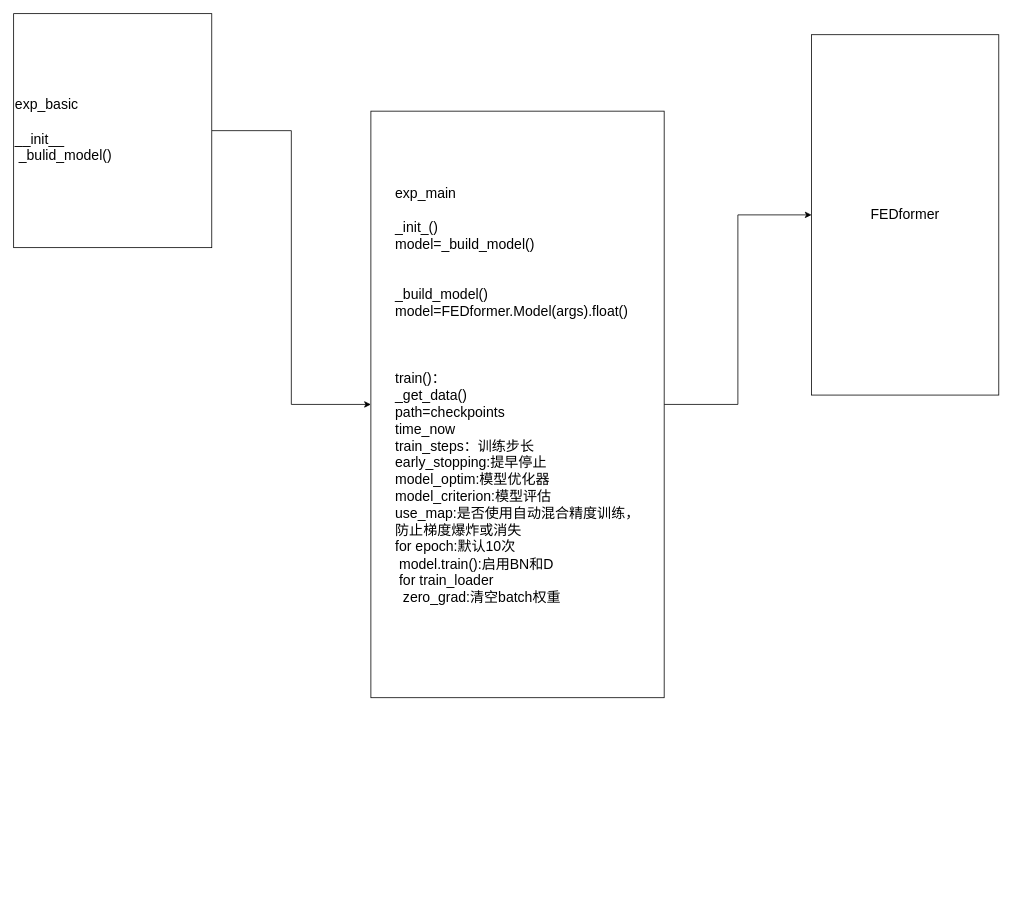
The draw.io diagram FEDformer.drawio in Lihua-neko/QASystemOnMedicalKG, before the edit. Source tidied: cells renumbered, new cells numbered last; positions are measured from the earlier drawing's top-left corner, leaving out a move shared by most shapes. Both pictures are drawn from the tidied source at 78%, with x=0, y=0 at pixel (13, 13).
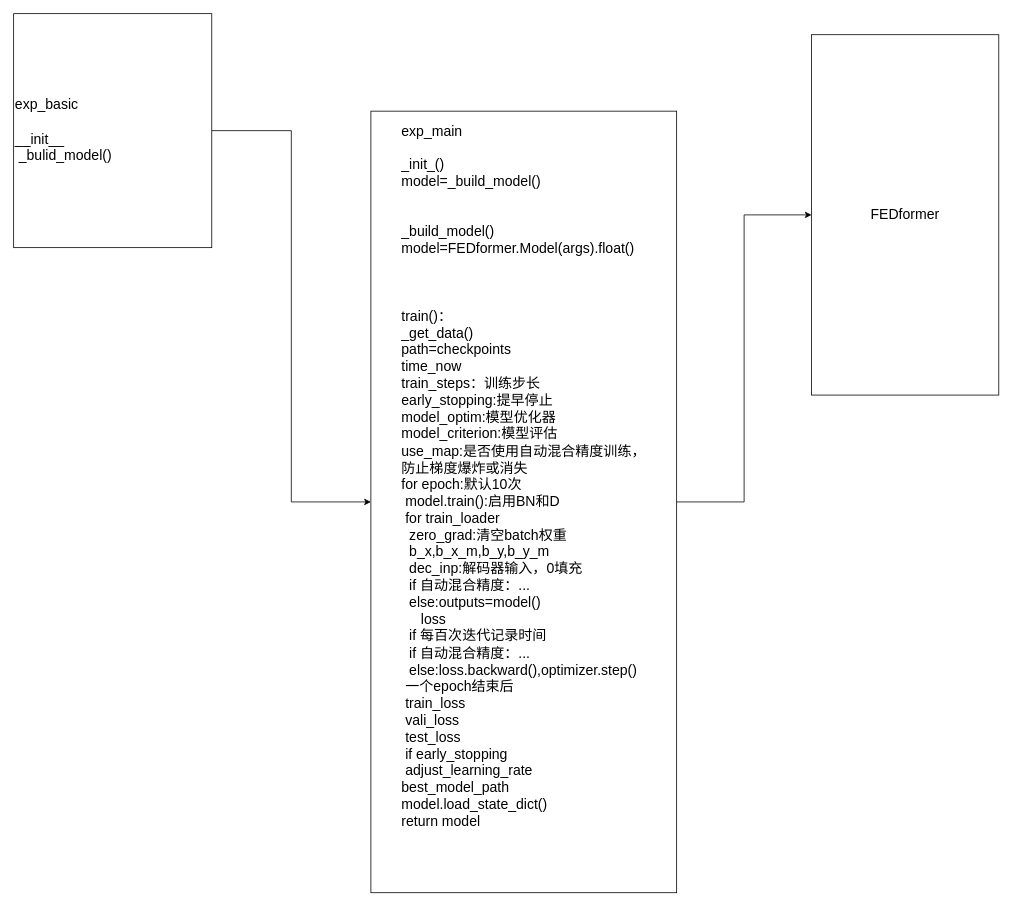
Above is the later version.

The edit, as a diff of the source:
```diff
@@
 <mxGraphModel>
   <root>
     <mxCell id="0" />
     <mxCell id="1" parent="0" />
     <mxCell id="2" style="edgeStyle=orthogonalEdgeStyle;rounded=0;jettySize=auto;html=1;fontSize=18;" parent="1" edge="1" source="3" target="6">
       <mxGeometry relative="1" as="geometry" />
     </mxCell>
-    <mxCell id="3" value="&lt;div style=&quot;text-align: left;&quot;&gt;&lt;span style=&quot;font-size: 18px; background-color: initial;&quot;&gt;exp_main&lt;/span&gt;&lt;/div&gt;&lt;div style=&quot;text-align: left;&quot;&gt;&lt;span style=&quot;font-size: 18px; background-color: initial;&quot;&gt;&lt;br&gt;&lt;/span&gt;&lt;/div&gt;&lt;div style=&quot;text-align: left;&quot;&gt;&lt;span style=&quot;font-size: 18px; background-color: initial;&quot;&gt;_init_()&lt;/span&gt;&lt;/div&gt;&lt;div style=&quot;text-align: left;&quot;&gt;&lt;span style=&quot;font-size: 18px; background-color: initial;&quot;&gt;model=_build_model()&lt;/span&gt;&lt;/div&gt;&lt;div style=&quot;text-align: left;&quot;&gt;&lt;span style=&quot;font-size: 18px; background-color: initial;&quot;&gt;&lt;br&gt;&lt;/span&gt;&lt;/div&gt;&lt;font style=&quot;font-size: 18px;&quot;&gt;&lt;div style=&quot;text-align: left;&quot;&gt;&lt;span style=&quot;background-color: initial;&quot;&gt;&lt;br&gt;&lt;/span&gt;&lt;/div&gt;&lt;div style=&quot;text-align: left;&quot;&gt;_build_model()&lt;/div&gt;&lt;div style=&quot;text-align: left;&quot;&gt;model=FEDformer.Model(args).float()&lt;/div&gt;&lt;div style=&quot;text-align: left;&quot;&gt;&lt;br&gt;&lt;/div&gt;&lt;div style=&quot;text-align: left;&quot;&gt;&lt;span style=&quot;background-color: initial;&quot;&gt;&lt;br&gt;&lt;/span&gt;&lt;/div&gt;&lt;div style=&quot;text-align: left;&quot;&gt;&lt;span style=&quot;background-color: initial;&quot;&gt;&lt;br&gt;&lt;/span&gt;&lt;/div&gt;&lt;div style=&quot;text-align: left;&quot;&gt;&lt;span style=&quot;background-color: initial;&quot;&gt;train()：&lt;/span&gt;&lt;/div&gt;&lt;div style=&quot;text-align: left;&quot;&gt;&lt;span style=&quot;background-color: initial;&quot;&gt;_get_data()&lt;/span&gt;&lt;/div&gt;&lt;div style=&quot;text-align: left;&quot;&gt;&lt;span style=&quot;background-color: initial;&quot;&gt;path=checkpoints&lt;/span&gt;&lt;/div&gt;&lt;div style=&quot;text-align: left;&quot;&gt;&lt;span style=&quot;background-color: initial;&quot;&gt;time_now&lt;/span&gt;&lt;/div&gt;&lt;div style=&quot;text-align: left;&quot;&gt;&lt;span style=&quot;background-color: initial;&quot;&gt;train_steps：训练步长&lt;/span&gt;&lt;/div&gt;&lt;div style=&quot;text-align: left;&quot;&gt;&lt;span style=&quot;background-color: initial;&quot;&gt;early_stopping:提早停止&lt;/span&gt;&lt;/div&gt;&lt;div style=&quot;text-align: left;&quot;&gt;&lt;span style=&quot;background-color: initial;&quot;&gt;model_optim:模型优化器&lt;br&gt;model_criterion:模型评估&lt;/span&gt;&lt;/div&gt;&lt;div style=&quot;text-align: left;&quot;&gt;&lt;span style=&quot;background-color: initial;&quot;&gt;use_map:是否使用自动混合精度训练，&lt;/span&gt;&lt;/div&gt;&lt;div style=&quot;text-align: left;&quot;&gt;&lt;span style=&quot;background-color: initial;&quot;&gt;防止梯度爆炸或消失&lt;/span&gt;&lt;/div&gt;&lt;div style=&quot;text-align: left;&quot;&gt;&lt;span style=&quot;background-color: initial;&quot;&gt;for epoch:默认10次&lt;/span&gt;&lt;/div&gt;&lt;div style=&quot;text-align: left;&quot;&gt;&lt;span style=&quot;background-color: initial;&quot;&gt;&lt;span style=&quot;white-space: pre;&quot;&gt; &lt;/span&gt;model.train():启用BN和D&lt;/span&gt;&lt;/div&gt;&lt;div style=&quot;text-align: left;&quot;&gt;&lt;span style=&quot;background-color: initial;&quot;&gt;&lt;span style=&quot;white-space: pre;&quot;&gt; &lt;/span&gt;for train_loader&lt;/span&gt;&lt;/div&gt;&lt;div style=&quot;text-align: left;&quot;&gt;&lt;span style=&quot;background-color: initial;&quot;&gt;&lt;span style=&quot;white-space: pre;&quot;&gt; &lt;/span&gt;&lt;span style=&quot;white-space: pre;&quot;&gt; &lt;/span&gt;zero_grad:清空batch权重&lt;br&gt;&lt;/span&gt;&lt;/div&gt;&lt;div style=&quot;text-align: left;&quot;&gt;&lt;span style=&quot;background-color: initial;&quot;&gt;&lt;br&gt;&lt;/span&gt;&lt;/div&gt;&lt;/font&gt;" style="rounded=0;whiteSpace=wrap;html=1;" parent="1" vertex="1">
-      <mxGeometry x="458" y="125" width="376" height="752" as="geometry" />
+    <mxCell id="3" value="&lt;div style=&quot;text-align: left;&quot;&gt;&lt;span style=&quot;font-size: 18px; background-color: initial;&quot;&gt;exp_main&lt;/span&gt;&lt;/div&gt;&lt;div style=&quot;text-align: left;&quot;&gt;&lt;span style=&quot;font-size: 18px; background-color: initial;&quot;&gt;&lt;br&gt;&lt;/span&gt;&lt;/div&gt;&lt;div style=&quot;text-align: left;&quot;&gt;&lt;span style=&quot;font-size: 18px; background-color: initial;&quot;&gt;_init_()&lt;/span&gt;&lt;/div&gt;&lt;div style=&quot;text-align: left;&quot;&gt;&lt;span style=&quot;font-size: 18px; background-color: initial;&quot;&gt;model=_build_model()&lt;/span&gt;&lt;/div&gt;&lt;div style=&quot;text-align: left;&quot;&gt;&lt;span style=&quot;font-size: 18px; background-color: initial;&quot;&gt;&lt;br&gt;&lt;/span&gt;&lt;/div&gt;&lt;font style=&quot;font-size: 18px;&quot;&gt;&lt;div style=&quot;text-align: left;&quot;&gt;&lt;span style=&quot;background-color: initial;&quot;&gt;&lt;br&gt;&lt;/span&gt;&lt;/div&gt;&lt;div style=&quot;text-align: left;&quot;&gt;_build_model()&lt;/div&gt;&lt;div style=&quot;text-align: left;&quot;&gt;model=FEDformer.Model(args).float()&lt;/div&gt;&lt;div style=&quot;text-align: left;&quot;&gt;&lt;br&gt;&lt;/div&gt;&lt;div style=&quot;text-align: left;&quot;&gt;&lt;span style=&quot;background-color: initial;&quot;&gt;&lt;br&gt;&lt;/span&gt;&lt;/div&gt;&lt;div style=&quot;text-align: left;&quot;&gt;&lt;span style=&quot;background-color: initial;&quot;&gt;&lt;br&gt;&lt;/span&gt;&lt;/div&gt;&lt;div style=&quot;text-align: left;&quot;&gt;&lt;span style=&quot;background-color: initial;&quot;&gt;train()：&lt;/span&gt;&lt;/div&gt;&lt;div style=&quot;text-align: left;&quot;&gt;&lt;span style=&quot;background-color: initial;&quot;&gt;_get_data()&lt;/span&gt;&lt;/div&gt;&lt;div style=&quot;text-align: left;&quot;&gt;&lt;span style=&quot;background-color: initial;&quot;&gt;path=checkpoints&lt;/span&gt;&lt;/div&gt;&lt;div style=&quot;text-align: left;&quot;&gt;&lt;span style=&quot;background-color: initial;&quot;&gt;time_now&lt;/span&gt;&lt;/div&gt;&lt;div style=&quot;text-align: left;&quot;&gt;&lt;span style=&quot;background-color: initial;&quot;&gt;train_steps：训练步长&lt;/span&gt;&lt;/div&gt;&lt;div style=&quot;text-align: left;&quot;&gt;&lt;span style=&quot;background-color: initial;&quot;&gt;early_stopping:提早停止&lt;/span&gt;&lt;/div&gt;&lt;div style=&quot;text-align: left;&quot;&gt;&lt;span style=&quot;background-color: initial;&quot;&gt;model_optim:模型优化器&lt;br&gt;model_criterion:模型评估&lt;/span&gt;&lt;/div&gt;&lt;div style=&quot;text-align: left;&quot;&gt;&lt;span style=&quot;background-color: initial;&quot;&gt;use_map:是否使用自动混合精度训练，&lt;/span&gt;&lt;/div&gt;&lt;div style=&quot;text-align: left;&quot;&gt;&lt;span style=&quot;background-color: initial;&quot;&gt;防止梯度爆炸或消失&lt;/span&gt;&lt;/div&gt;&lt;div style=&quot;text-align: left;&quot;&gt;&lt;span style=&quot;background-color: initial;&quot;&gt;for epoch:默认10次&lt;/span&gt;&lt;/div&gt;&lt;div style=&quot;text-align: left;&quot;&gt;&lt;span style=&quot;background-color: initial;&quot;&gt;&lt;span style=&quot;white-space: pre;&quot;&gt; &lt;/span&gt;model.train():启用BN和D&lt;/span&gt;&lt;/div&gt;&lt;div style=&quot;text-align: left;&quot;&gt;&lt;span style=&quot;background-color: initial;&quot;&gt;&lt;span style=&quot;white-space: pre;&quot;&gt; &lt;/span&gt;for train_loader&lt;/span&gt;&lt;/div&gt;&lt;div style=&quot;text-align: left;&quot;&gt;&lt;span style=&quot;background-color: initial;&quot;&gt;&lt;span style=&quot;white-space: pre;&quot;&gt; &lt;/span&gt;&lt;span style=&quot;white-space: pre;&quot;&gt; &lt;/span&gt;zero_grad:清空batch权重&lt;br&gt;&lt;/span&gt;&lt;/div&gt;&lt;div style=&quot;text-align: left;&quot;&gt;&lt;span style=&quot;background-color: initial;&quot;&gt;&amp;nbsp; b_x,b_x_m,b_y,b_y_m&lt;/span&gt;&lt;/div&gt;&lt;div style=&quot;text-align: left;&quot;&gt;&lt;span style=&quot;background-color: initial;&quot;&gt;&amp;nbsp; dec_inp:解码器输入，0填充&lt;/span&gt;&lt;/div&gt;&lt;div style=&quot;text-align: left;&quot;&gt;&lt;span style=&quot;background-color: initial;&quot;&gt;&amp;nbsp; if 自动混合精度：...&lt;/span&gt;&lt;/div&gt;&lt;div style=&quot;text-align: left;&quot;&gt;&lt;span style=&quot;background-color: initial;&quot;&gt;&amp;nbsp; else:outputs=model()&lt;/span&gt;&lt;/div&gt;&lt;div style=&quot;text-align: left;&quot;&gt;&lt;span style=&quot;background-color: initial;&quot;&gt;&amp;nbsp;&amp;nbsp;&lt;span style=&quot;white-space: pre;&quot;&gt; &lt;/span&gt;&amp;nbsp; loss&lt;/span&gt;&lt;/div&gt;&lt;div style=&quot;text-align: left;&quot;&gt;&lt;span style=&quot;background-color: initial;&quot;&gt;&amp;nbsp; if 每百次迭代记录时间&lt;/span&gt;&lt;/div&gt;&lt;div style=&quot;text-align: left;&quot;&gt;&lt;span style=&quot;background-color: initial;&quot;&gt;&amp;nbsp; if 自动混合精度：...&lt;/span&gt;&lt;/div&gt;&lt;div style=&quot;text-align: left;&quot;&gt;&lt;span style=&quot;background-color: initial;&quot;&gt;&amp;nbsp; else:loss.backward(),optimizer.step()&lt;/span&gt;&lt;/div&gt;&lt;div style=&quot;text-align: left;&quot;&gt;&amp;nbsp;一个epoch结束后&lt;/div&gt;&lt;div style=&quot;text-align: left;&quot;&gt;&amp;nbsp;train_loss&lt;/div&gt;&lt;div style=&quot;text-align: left;&quot;&gt;&amp;nbsp;vali_loss&lt;/div&gt;&lt;div style=&quot;text-align: left;&quot;&gt;&amp;nbsp;test_loss&lt;/div&gt;&lt;div style=&quot;text-align: left;&quot;&gt;&amp;nbsp;if early_stopping&lt;/div&gt;&lt;div style=&quot;text-align: left;&quot;&gt;&amp;nbsp;adjust_learning_rate&lt;/div&gt;&lt;div style=&quot;text-align: left;&quot;&gt;best_model_path&lt;/div&gt;&lt;div style=&quot;text-align: left;&quot;&gt;model.load_state_dict()&lt;/div&gt;&lt;div style=&quot;text-align: left;&quot;&gt;return model&lt;/div&gt;&lt;div style=&quot;text-align: left;&quot;&gt;&lt;br&gt;&lt;/div&gt;&lt;div style=&quot;text-align: left;&quot;&gt;&lt;span style=&quot;background-color: initial;&quot;&gt;&amp;nbsp;&amp;nbsp;&lt;/span&gt;&lt;/div&gt;&lt;div style=&quot;text-align: left;&quot;&gt;&lt;span style=&quot;background-color: initial;&quot;&gt;&lt;br&gt;&lt;/span&gt;&lt;/div&gt;&lt;/font&gt;" style="rounded=0;whiteSpace=wrap;html=1;" parent="1" vertex="1">
+      <mxGeometry x="458" y="125" width="392" height="1002" as="geometry" />
     </mxCell>
     <mxCell id="4" style="edgeStyle=orthogonalEdgeStyle;rounded=0;jettySize=auto;html=1;fontSize=18;" parent="1" edge="1" source="5" target="3">
       <mxGeometry relative="1" as="geometry" />
     </mxCell>
     <mxCell id="5" value="exp_basic&lt;br&gt;&lt;br&gt;__init__&lt;br&gt;&lt;span style=&quot;white-space: pre;&quot;&gt; &lt;/span&gt;_bulid_model()" style="rounded=0;whiteSpace=wrap;html=1;fontSize=18;align=left;" parent="1" vertex="1">
       <mxGeometry width="254" height="300" as="geometry" />
     </mxCell>
     <mxCell id="6" value="FEDformer" style="rounded=0;whiteSpace=wrap;html=1;fontSize=18;" parent="1" vertex="1">
       <mxGeometry x="1023" y="27" width="240" height="462" as="geometry" />
     </mxCell>
   </root>
 </mxGraphModel>
```
